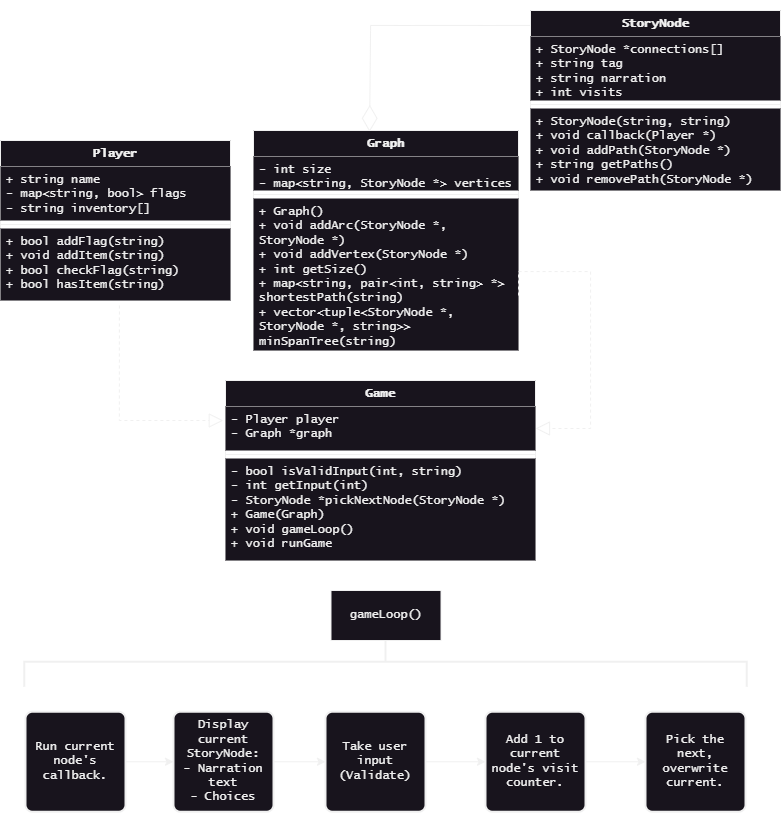
Earlier version of the draw.io export readme_src/uml_design.png (crane-9/cs260). Source tidied: cells renumbered, new cells last; positions are measured from the earlier drawing's top-left corner, leaving out a move shared by most shapes.
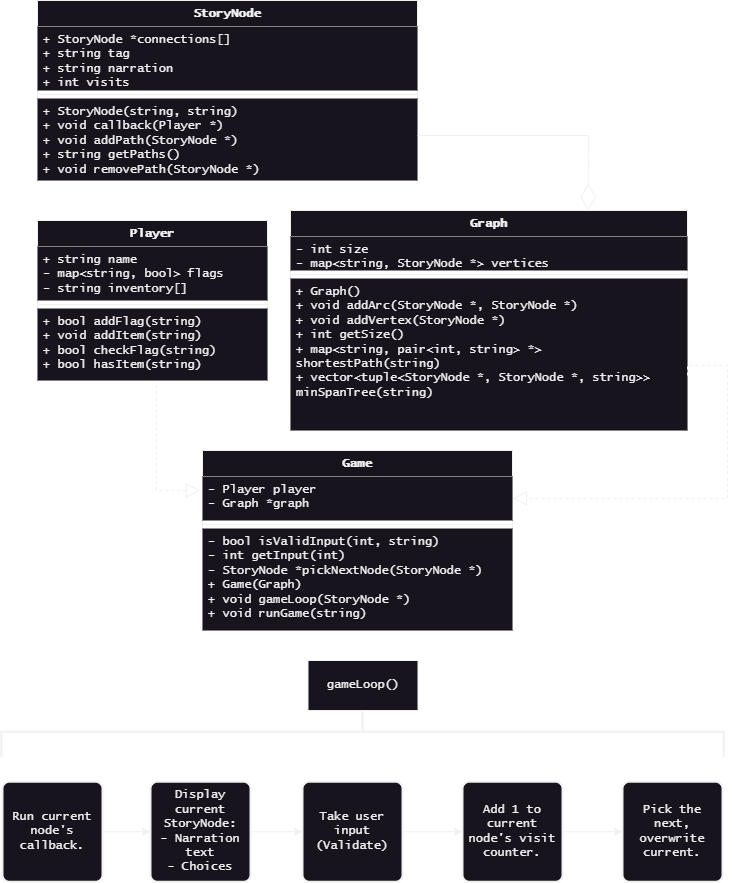
Above is the later version.

What changed in the source:
```diff
@@ -3,7 +3,7 @@
     <mxCell id="0" />
     <mxCell id="1" parent="0" />
     <mxCell id="2" value="Player" style="swimlane;fontStyle=1;align=center;verticalAlign=top;horizontal=1;startSize=26;whiteSpace=wrap;html=1;fontFamily=Lucida Console;fillColor=default;" parent="1" vertex="1">
-      <mxGeometry y="130" width="230" height="160" as="geometry" />
+      <mxGeometry x="60" y="140" width="230" height="160" as="geometry" />
     </mxCell>
     <mxCell id="3" value="+ string name&lt;br&gt;- map&amp;lt;string, bool&amp;gt; flags&lt;br&gt;- string inventory[]" style="text;strokeColor=none;fillColor=default;align=left;verticalAlign=top;spacingLeft=4;spacingRight=4;overflow=hidden;whiteSpace=wrap;html=1;fontFamily=Lucida Console;" parent="2" vertex="1">
       <mxGeometry y="26" width="230" height="54" as="geometry" />
@@ -15,28 +15,28 @@
       <mxGeometry y="88" width="230" height="72" as="geometry" />
     </mxCell>
     <mxCell id="6" value="Graph" style="swimlane;fontStyle=1;align=center;verticalAlign=top;horizontal=1;startSize=26;whiteSpace=wrap;html=1;fontFamily=Lucida Console;fillColor=default;strokeWidth=1;" parent="1" vertex="1">
-      <mxGeometry x="253" y="120" width="265" height="220" as="geometry" />
+      <mxGeometry x="313" y="130" width="397" height="220" as="geometry" />
     </mxCell>
     <mxCell id="7" value="- int size&lt;br&gt;- map&amp;lt;string, StoryNode *&amp;gt; vertices" style="text;strokeColor=none;fillColor=default;align=left;verticalAlign=top;spacingLeft=4;spacingRight=4;overflow=hidden;whiteSpace=wrap;html=1;fontFamily=Lucida Console;strokeWidth=1;" parent="6" vertex="1">
-      <mxGeometry y="26" width="265" height="34" as="geometry" />
+      <mxGeometry y="26" width="397" height="34" as="geometry" />
     </mxCell>
     <mxCell id="8" style="line;strokeWidth=1;fillColor=default;align=left;verticalAlign=middle;spacingTop=-1;spacingLeft=3;spacingRight=3;labelPosition=right;strokeColor=inherit;fontFamily=Lucida Console;" parent="6" vertex="1">
-      <mxGeometry y="60" width="265" height="8" as="geometry" />
+      <mxGeometry y="60" width="397" height="8" as="geometry" />
     </mxCell>
     <mxCell id="9" value="+ Graph()&lt;br&gt;+ void addArc(StoryNode *, StoryNode *)&lt;br&gt;+ void addVertex(StoryNode *)&lt;br&gt;+ int getSize()&lt;br&gt;+ map&amp;lt;string, pair&amp;lt;int, string&amp;gt; *&amp;gt; shortestPath(string)&lt;br&gt;+ vector&amp;lt;tuple&amp;lt;StoryNode *, StoryNode *, string&amp;gt;&amp;gt; minSpanTree(string)" style="text;strokeColor=none;fillColor=default;align=left;verticalAlign=top;spacingLeft=4;spacingRight=4;overflow=hidden;whiteSpace=wrap;html=1;fontFamily=Lucida Console;strokeWidth=1;" parent="6" vertex="1">
-      <mxGeometry y="68" width="265" height="152" as="geometry" />
+      <mxGeometry y="68" width="397" height="152" as="geometry" />
     </mxCell>
     <mxCell id="10" value="StoryNode" style="swimlane;fontStyle=1;align=center;verticalAlign=top;horizontal=1;startSize=26;whiteSpace=wrap;html=1;fontFamily=Lucida Console;fillColor=default;" parent="1" vertex="1">
-      <mxGeometry x="530" width="250" height="180" as="geometry" />
+      <mxGeometry x="60" y="-80" width="380" height="180" as="geometry" />
     </mxCell>
     <mxCell id="11" value="+ StoryNode *connections[]&lt;br&gt;+ string tag&lt;br&gt;+ string narration&lt;br&gt;+ int visits" style="text;strokeColor=none;fillColor=default;align=left;verticalAlign=top;spacingLeft=4;spacingRight=4;overflow=hidden;whiteSpace=wrap;html=1;fontFamily=Lucida Console;" parent="10" vertex="1">
-      <mxGeometry y="26" width="250" height="64" as="geometry" />
+      <mxGeometry y="26" width="380" height="64" as="geometry" />
     </mxCell>
     <mxCell id="12" style="line;strokeWidth=1;fillColor=default;align=left;verticalAlign=middle;spacingTop=-1;spacingLeft=3;spacingRight=3;labelPosition=right;strokeColor=inherit;fontFamily=Lucida Console;" parent="10" vertex="1">
-      <mxGeometry y="90" width="250" height="8" as="geometry" />
+      <mxGeometry y="90" width="380" height="8" as="geometry" />
     </mxCell>
     <mxCell id="13" value="+ StoryNode(string, string)&lt;br&gt;+ void callback(Player *)&lt;br&gt;+ void addPath(StoryNode *)&lt;br&gt;+ string getPaths()&lt;br&gt;+ void removePath(StoryNode *)" style="text;strokeColor=none;fillColor=default;align=left;verticalAlign=top;spacingLeft=4;spacingRight=4;overflow=hidden;whiteSpace=wrap;html=1;fontFamily=Lucida Console;" parent="10" vertex="1">
-      <mxGeometry y="98" width="250" height="82" as="geometry" />
+      <mxGeometry y="98" width="380" height="82" as="geometry" />
     </mxCell>
     <mxCell id="14" style="edgeStyle=orthogonalEdgeStyle;rounded=0;jettySize=auto;html=1;exitX=1;exitY=0.5;exitDx=0;exitDy=0;entryX=0;entryY=0.5;entryDx=0;entryDy=0;fontFamily=Lucida Console;" parent="1" edge="1" source="15" target="19">
       <mxGeometry relative="1" as="geometry" />
@@ -68,11 +68,10 @@
     <mxCell id="23" style="strokeWidth=2;html=1;shape=mxgraph.flowchart.annotation_2;align=left;labelPosition=right;rotation=90;" parent="1" vertex="1">
       <mxGeometry x="360" y="290" width="50" height="722.5" as="geometry" />
     </mxCell>
-    <mxCell id="24" style="endArrow=diamondThin;endFill=0;endSize=24;html=1;rounded=0;entryX=0.438;entryY=0.006;entryDx=0;entryDy=0;entryPerimeter=0;exitX=0;exitY=0.083;exitDx=0;exitDy=0;exitPerimeter=0;edgeStyle=orthogonalEdgeStyle;" parent="1" edge="1" source="10" target="6">
+    <mxCell id="24" style="endArrow=diamondThin;endFill=0;endSize=24;html=1;rounded=0;entryX=0.75;entryY=0;entryDx=0;entryDy=0;exitX=1;exitY=0.75;exitDx=0;exitDy=0;edgeStyle=orthogonalEdgeStyle;" parent="1" edge="1" source="10" target="6">
       <mxGeometry relative="1" as="geometry">
         <Array as="points">
-          <mxPoint x="370" y="20" />
-          <mxPoint x="370" y="70" />
+          <mxPoint x="611" y="55" />
         </Array>
       </mxGeometry>
     </mxCell>
@@ -85,21 +84,22 @@
     <mxCell id="27" style="line;strokeWidth=1;fillColor=none;align=left;verticalAlign=middle;spacingTop=-1;spacingLeft=3;spacingRight=3;labelPosition=right;strokeColor=inherit;fontFamily=Lucida Console;" parent="25" vertex="1">
       <mxGeometry y="70" width="310" height="8" as="geometry" />
     </mxCell>
-    <mxCell id="28" value="- bool isValidInput(int, string)&lt;br&gt;- int getInput(int)&lt;br&gt;- StoryNode *pickNextNode(StoryNode *)&lt;br&gt;+ Game(Graph)&lt;br&gt;+ void gameLoop()&lt;br&gt;+ void runGame" style="text;strokeColor=none;fillColor=default;align=left;verticalAlign=top;spacingLeft=4;spacingRight=4;overflow=hidden;whiteSpace=wrap;html=1;fontFamily=Lucida Console;labelBackgroundColor=none;" parent="25" vertex="1">
+    <mxCell id="28" value="- bool isValidInput(int, string)&lt;br&gt;- int getInput(int)&lt;br&gt;- StoryNode *pickNextNode(StoryNode *)&lt;br&gt;+ Game(Graph)&lt;br&gt;+ void gameLoop(StoryNode *)&lt;br&gt;+ void runGame(string)" style="text;strokeColor=none;fillColor=default;align=left;verticalAlign=top;spacingLeft=4;spacingRight=4;overflow=hidden;whiteSpace=wrap;html=1;fontFamily=Lucida Console;labelBackgroundColor=none;" parent="25" vertex="1">
       <mxGeometry y="78" width="310" height="102" as="geometry" />
     </mxCell>
     <mxCell id="29" style="endArrow=block;dashed=1;endFill=0;endSize=12;html=1;rounded=0;exitX=0.517;exitY=1.069;exitDx=0;exitDy=0;exitPerimeter=0;entryX=-0.007;entryY=0.318;entryDx=0;entryDy=0;entryPerimeter=0;edgeStyle=orthogonalEdgeStyle;" parent="1" edge="1" source="5" target="26">
       <mxGeometry relative="1" as="geometry">
         <Array as="points">
-          <mxPoint x="119" y="410" />
+          <mxPoint x="179" y="410" />
         </Array>
       </mxGeometry>
     </mxCell>
     <mxCell id="30" style="endArrow=block;dashed=1;endFill=0;endSize=12;html=1;rounded=0;entryX=1;entryY=0.5;entryDx=0;entryDy=0;exitX=1;exitY=0.75;exitDx=0;exitDy=0;edgeStyle=orthogonalEdgeStyle;" parent="1" edge="1" source="6" target="26">
       <mxGeometry relative="1" as="geometry">
         <Array as="points">
-          <mxPoint x="590" y="261" />
-          <mxPoint x="590" y="418" />
+          <mxPoint x="710" y="285" />
+          <mxPoint x="750" y="285" />
+          <mxPoint x="750" y="418" />
         </Array>
       </mxGeometry>
     </mxCell>
```
